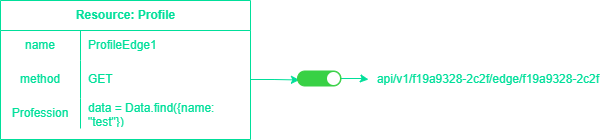
Above: imgs/endpoint2page.png in ARAldhafeeri/mockify-docs (draw.io), before the change. Source tidied: cells renumbered, new cells last; positions are measured from the earlier drawing's top-left corner, leaving out a move shared by most shapes.
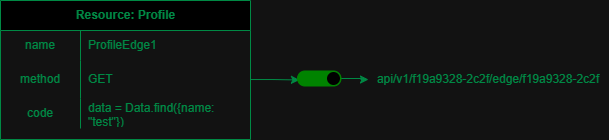
The same file after the commit.

Commit message:
fix endpoint page

Diff of the diagram source:
```diff
@@ -26,23 +26,23 @@
     <mxCell id="9" style="shape=tableRow;horizontal=0;startSize=0;swimlaneHead=0;swimlaneBody=0;fillColor=none;top=0;left=0;right=0;bottom=0;" parent="2" vertex="1">
       <mxGeometry y="98" width="250" height="30" as="geometry" />
     </mxCell>
-    <mxCell id="10" value="Profession" style="shape=partialRectangle;fillColor=none;top=0;left=0;bottom=0;right=0;overflow=hidden;whiteSpace=wrap;html=1;fontColor=#00DF9A;" parent="9" vertex="1">
-      <mxGeometry width="80" height="30" as="geometry" />
-    </mxCell>
+    <mxCell id="16" value="code" style="shape=partialRectangle;fillColor=none;top=0;left=0;bottom=0;right=0;overflow=hidden;whiteSpace=wrap;html=1;fontColor=#00DF9A;" parent="9" vertex="1">
+      <mxGeometry width="80" height="30" as="geometry" />
+    </mxCell>
     <mxCell id="11" value="data = Data.find({name: &quot;test&quot;})" style="shape=partialRectangle;fillColor=none;top=0;left=0;bottom=0;right=0;align=left;spacingLeft=6;overflow=hidden;whiteSpace=wrap;html=1;fontColor=#00DF9A;" parent="9" vertex="1">
       <mxGeometry x="80" width="170" height="30" as="geometry" />
     </mxCell>
-    <mxCell id="12" style="edgeStyle=orthogonalEdgeStyle;rounded=0;jettySize=auto;html=1;entryX=0.044;entryY=0.599;entryDx=0;entryDy=0;entryPerimeter=0;strokeColor=#00DF9A;" parent="1" edge="1" source="6" target="15">
-      <mxGeometry relative="1" as="geometry" />
-    </mxCell>
+    <mxCell id="17" style="edgeStyle=orthogonalEdgeStyle;rounded=0;jettySize=auto;html=1;entryX=0.044;entryY=0.599;entryDx=0;entryDy=0;entryPerimeter=0;strokeColor=#00DF9A;" parent="1" edge="1" source="6" target="19">
+      <mxGeometry relative="1" as="geometry" />
+    </mxCell>
     <mxCell id="13" value="api/v1/f19a9328-2c2f/edge/f19a9328-2c2f" style="text;html=1;strokeColor=none;fillColor=none;align=center;verticalAlign=middle;whiteSpace=wrap;rounded=0;fontColor=#00DF9A;" parent="1" vertex="1">
       <mxGeometry x="368" y="64" width="240" height="30" as="geometry" />
     </mxCell>
-    <mxCell id="14" style="edgeStyle=orthogonalEdgeStyle;rounded=0;jettySize=auto;html=1;strokeColor=#00DF9A;" parent="1" edge="1" source="15" target="13">
-      <mxGeometry relative="1" as="geometry" />
-    </mxCell>
-    <mxCell id="15" style="html=1;verticalLabelPosition=bottom;labelBackgroundColor=#ffffff;verticalAlign=top;shadow=0;dashed=0;strokeWidth=1;shape=mxgraph.ios7ui.onOffButton;buttonState=on;strokeColor=#38D145;strokeColor2=#aaaaaa;fillColor=#38D145;fillColor2=#ffffff;" parent="1" vertex="1">
-      <mxGeometry x="297" y="70.5" width="43.5" height="15" as="geometry" />
-    </mxCell>
+    <mxCell id="18" style="edgeStyle=orthogonalEdgeStyle;rounded=0;jettySize=auto;html=1;strokeColor=#00DF9A;" parent="1" edge="1" source="19" target="13">
+      <mxGeometry relative="1" as="geometry" />
+    </mxCell>
+    <mxCell id="19" style="html=1;verticalLabelPosition=bottom;labelBackgroundColor=#ffffff;verticalAlign=top;shadow=0;dashed=0;strokeWidth=1;shape=mxgraph.ios7ui.onOffButton;buttonState=on;strokeColor=#38D145;strokeColor2=#aaaaaa;fillColor=#38D145;fillColor2=#ffffff;" parent="1" vertex="1">
+      <mxGeometry x="297" y="70.5" width="43.5" height="15" as="geometry" />
+    </mxCell>
   </root>
 </mxGraphModel>
```
